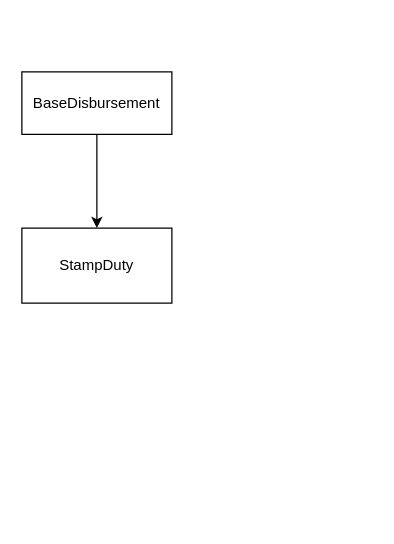
hmtri92/diagrams keeps this draw.io diagram as Untitled Diagram.drawio. Above is the earlier version. Source tidied: cells renumbered, new cells numbered last; positions are measured from the earlier drawing's top-left corner, leaving out a move shared by most shapes. Both pictures are drawn from the tidied source at 125%, with x=0, y=0 at pixel (21, 71).
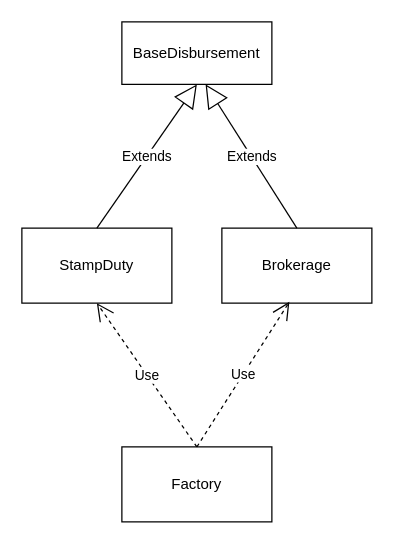
After the change.

Change to the diagram source:
```diff
@@
 <mxGraphModel>
   <root>
     <mxCell id="0" />
     <mxCell id="1" parent="0" />
-    <mxCell id="2" style="edgeStyle=orthogonalEdgeStyle;rounded=0;jettySize=auto;html=1;" parent="1" edge="1" source="3" target="4">
-      <mxGeometry relative="1" as="geometry" />
-    </mxCell>
     <mxCell id="3" value="BaseDisbursement" style="rounded=0;whiteSpace=wrap;html=1;" parent="1" vertex="1">
-      <mxGeometry width="120" height="50" as="geometry" />
+      <mxGeometry x="80" y="-40" width="120" height="50" as="geometry" />
     </mxCell>
     <mxCell id="4" value="StampDuty" style="whiteSpace=wrap;html=1;rounded=0;" parent="1" vertex="1">
       <mxGeometry y="125" width="120" height="60" as="geometry" />
     </mxCell>
+    <mxCell id="5" value="Factory" style="whiteSpace=wrap;html=1;rounded=0;" parent="1" vertex="1">
+      <mxGeometry x="80" y="300" width="120" height="60" as="geometry" />
+    </mxCell>
+    <mxCell id="6" value="Extends" style="endArrow=block;endSize=16;endFill=0;html=1;rounded=0;exitX=0.5;exitY=0;exitDx=0;exitDy=0;entryX=0.5;entryY=1;entryDx=0;entryDy=0;" parent="1" edge="1" source="4" target="3">
+      <mxGeometry relative="1" as="geometry" />
+    </mxCell>
+    <mxCell id="7" value="Brokerage" style="whiteSpace=wrap;html=1;rounded=0;" parent="1" vertex="1">
+      <mxGeometry x="160" y="125" width="120" height="60" as="geometry" />
+    </mxCell>
+    <mxCell id="8" value="Extends" style="endArrow=block;endSize=16;endFill=0;html=1;rounded=0;entryX=0.558;entryY=1;entryDx=0;entryDy=0;exitX=0.5;exitY=0;exitDx=0;exitDy=0;entryPerimeter=0;" parent="1" edge="1" source="7" target="3">
+      <mxGeometry relative="1" as="geometry" />
+    </mxCell>
+    <mxCell id="9" value="Use" style="endArrow=open;endSize=12;dashed=1;html=1;rounded=0;exitX=0.5;exitY=0;exitDx=0;exitDy=0;entryX=0.5;entryY=1;entryDx=0;entryDy=0;" parent="1" edge="1" source="5" target="4">
+      <mxGeometry relative="1" as="geometry" />
+    </mxCell>
+    <mxCell id="10" value="Use" style="endArrow=open;endSize=12;dashed=1;html=1;rounded=0;exitX=0.5;exitY=0;exitDx=0;exitDy=0;entryX=0.45;entryY=0.983;entryDx=0;entryDy=0;entryPerimeter=0;" parent="1" edge="1" source="5" target="7">
+      <mxGeometry relative="1" as="geometry" />
+    </mxCell>
   </root>
 </mxGraphModel>
```
